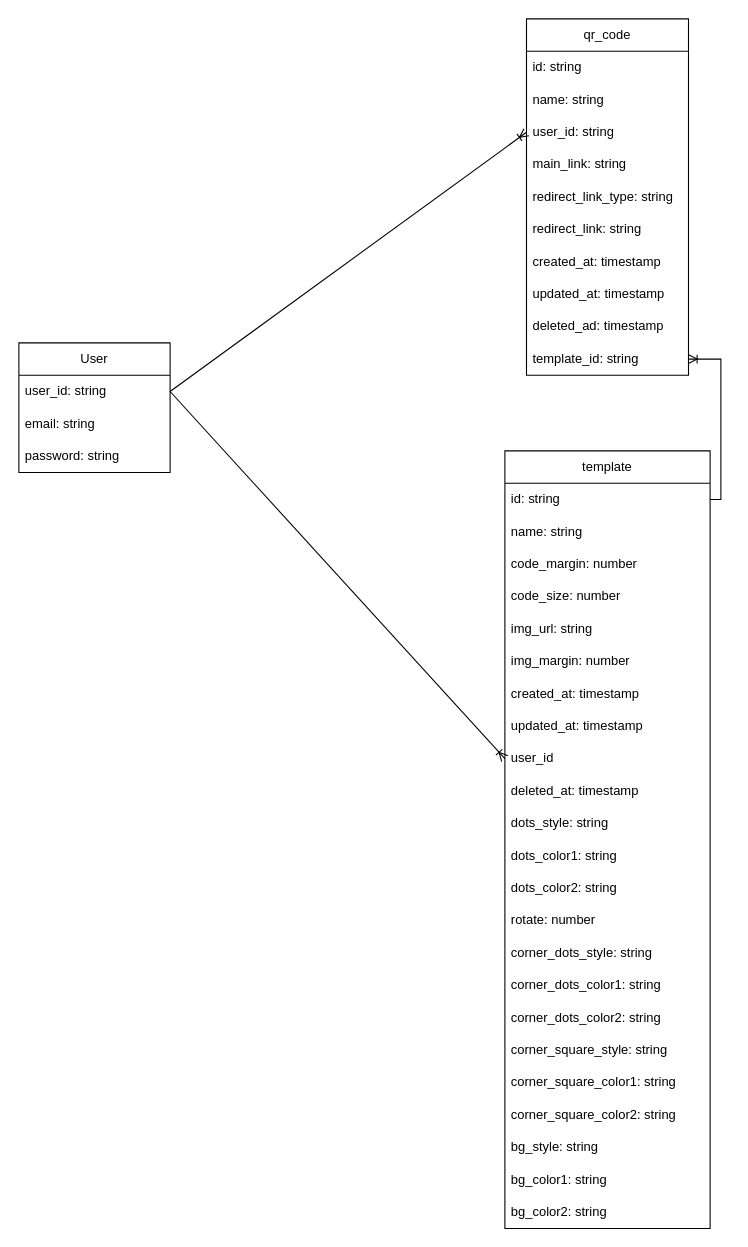
KlimBirukov/diagrams keeps this draw.io diagram as Диаграмма без названия.drawio. Above is the earlier version. Source tidied: cells renumbered, new cells numbered last; positions are measured from the earlier drawing's top-left corner, leaving out a move shared by most shapes. Both pictures are drawn from the tidied source at 108%, with x=0, y=0 at pixel (18, 18).
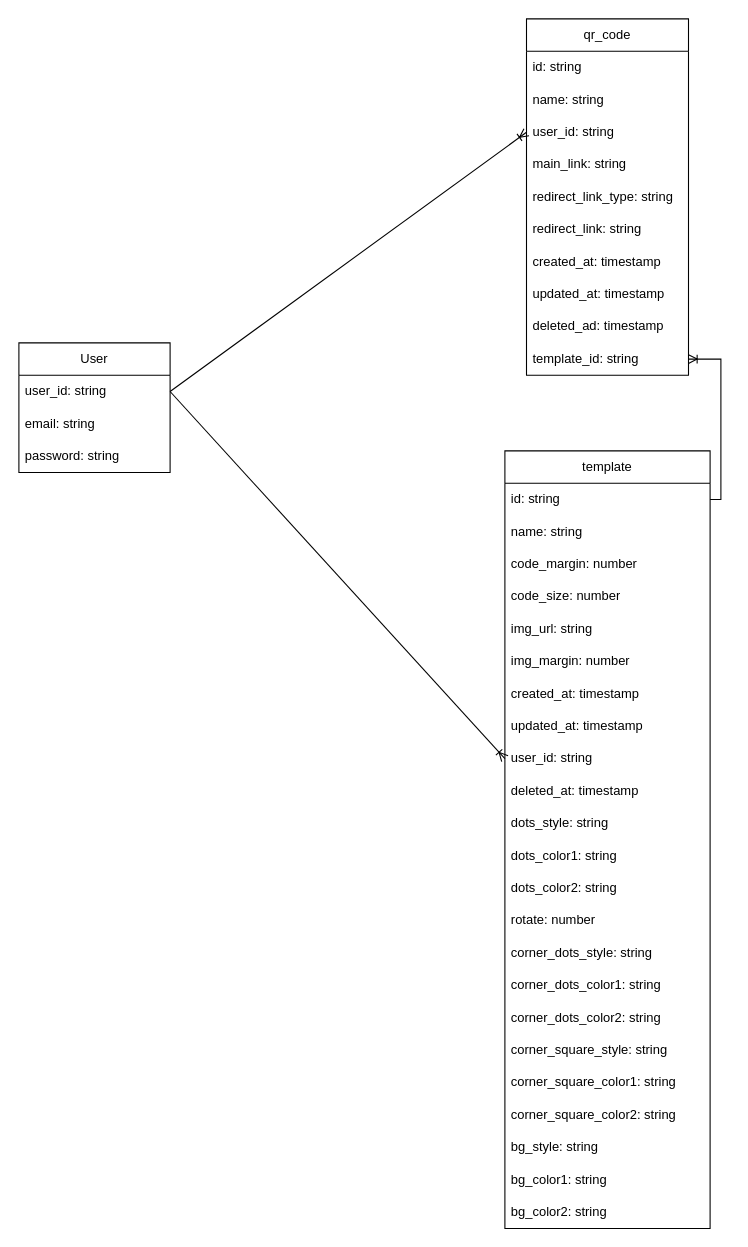
The same page after the edit.

Unchanged cells that the change refers to:
```xml
<mxCell id="13" value="template" style="swimlane;fontStyle=0;horizontal=1;startSize=30;whiteSpace=wrap;html=1;" parent="1" vertex="1">
  <mxGeometry x="450" y="400" width="190" height="720" as="geometry" />
</mxCell>
```

What changed in the source:
```diff
@@
-    <mxCell id="22" value="user_id" style="text;strokeColor=none;fillColor=none;align=left;verticalAlign=middle;spacingLeft=4;spacingRight=4;overflow=hidden;points=[[0,0.5],[1,0.5]];portConstraint=eastwest;whiteSpace=wrap;html=1;" parent="13" vertex="1">
+    <mxCell id="22" value="user_id: string" style="text;strokeColor=none;fillColor=none;align=left;verticalAlign=middle;spacingLeft=4;spacingRight=4;overflow=hidden;points=[[0,0.5],[1,0.5]];portConstraint=eastwest;whiteSpace=wrap;html=1;" parent="13" vertex="1">
       <mxGeometry y="270" width="190" height="30" as="geometry" />
     </mxCell>
```
